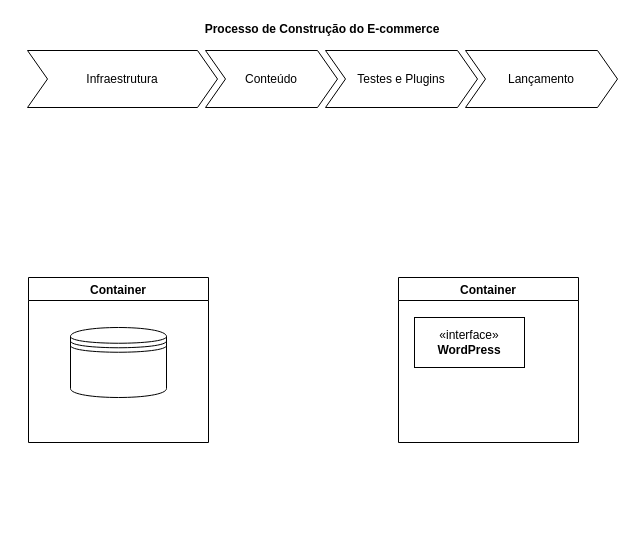
budkee/aurora_dash keeps this draw.io diagram as arquitetura_do_sistema.drawio. Above is the earlier version. Source tidied: cells renumbered, new cells numbered last; positions are measured from the earlier drawing's top-left corner, leaving out a move shared by most shapes. Both pictures are drawn from the tidied source at 100%, with x=0, y=0 at pixel (17, 17).
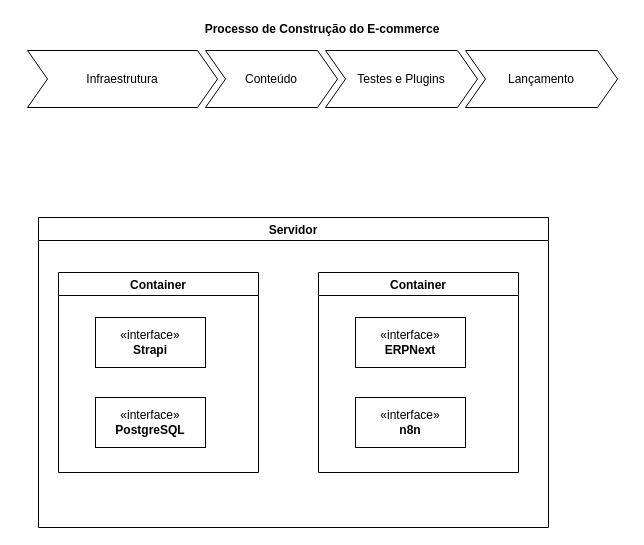
After the change.

What changed in the source:
```diff
@@
 <mxGraphModel>
   <root>
     <mxCell id="0" />
     <mxCell id="1" parent="0" />
-    <mxCell id="2" style="shape=datastore;whiteSpace=wrap;html=1;" parent="1" vertex="1">
-      <mxGeometry x="53" y="310" width="96" height="70" as="geometry" />
-    </mxCell>
     <mxCell id="3" value="Processo de Construção do E-commerce" style="swimlane;horizontal=1;fillColor=none;strokeColor=none;stackBorder=10;align=center;whiteSpace=wrap;html=1;" parent="1" vertex="1">
       <mxGeometry width="610" height="100" as="geometry" />
     </mxCell>
     <mxCell id="4" value="Infraestrutura" style="shape=step;perimeter=stepPerimeter;fixedSize=1;whiteSpace=wrap;html=1;" parent="3" vertex="1">
       <mxGeometry x="10" y="33" width="190" height="57" as="geometry" />
     </mxCell>
     <mxCell id="5" value="Conteúdo" style="shape=step;perimeter=stepPerimeter;fixedSize=1;whiteSpace=wrap;html=1;" parent="3" vertex="1">
       <mxGeometry x="188" y="33" width="132" height="57" as="geometry" />
     </mxCell>
     <mxCell id="6" value="Testes e Plugins" style="shape=step;perimeter=stepPerimeter;fixedSize=1;whiteSpace=wrap;html=1;" parent="3" vertex="1">
       <mxGeometry x="308" y="33" width="152" height="57" as="geometry" />
     </mxCell>
     <mxCell id="7" value="Lançamento" style="shape=step;perimeter=stepPerimeter;fixedSize=1;whiteSpace=wrap;html=1;" parent="3" vertex="1">
       <mxGeometry x="448" y="33" width="152" height="57" as="geometry" />
     </mxCell>
-    <mxCell id="8" value="Container" style="swimlane;" parent="1" vertex="1">
-      <mxGeometry x="11" y="260" width="180" height="165" as="geometry" />
+    <mxCell id="8" value="Servidor" style="swimlane;" parent="1" vertex="1">
+      <mxGeometry x="21" y="200" width="510" height="310" as="geometry" />
     </mxCell>
-    <mxCell id="9" value="Container" style="swimlane;" parent="1" vertex="1">
-      <mxGeometry x="381" y="260" width="180" height="165" as="geometry" />
-    </mxCell>
+    <mxCell id="11" value="Container" style="swimlane;" parent="8" vertex="1">
+      <mxGeometry x="20" y="55" width="200" height="200" as="geometry" />
+    </mxCell>
-    <mxCell id="10" value="«interface»&lt;br&gt;&lt;b&gt;WordPress&lt;/b&gt;" style="html=1;whiteSpace=wrap;" parent="9" vertex="1">
-      <mxGeometry x="16" y="40" width="110" height="50" as="geometry" />
+    <mxCell id="10" value="«interface»&lt;br&gt;&lt;b&gt;Strapi&lt;/b&gt;" style="html=1;whiteSpace=wrap;" parent="11" vertex="1">
+      <mxGeometry x="37" y="45" width="110" height="50" as="geometry" />
     </mxCell>
+    <mxCell id="12" value="«interface»&lt;br&gt;&lt;b&gt;PostgreSQL&lt;/b&gt;" style="html=1;whiteSpace=wrap;" parent="11" vertex="1">
+      <mxGeometry x="37" y="125" width="110" height="50" as="geometry" />
+    </mxCell>
+    <mxCell id="13" value="Container" style="swimlane;" parent="8" vertex="1">
+      <mxGeometry x="280" y="55" width="200" height="200" as="geometry" />
+    </mxCell>
+    <mxCell id="14" value="«interface»&lt;br&gt;&lt;b&gt;ERPNext&lt;/b&gt;" style="html=1;whiteSpace=wrap;" parent="13" vertex="1">
+      <mxGeometry x="37" y="45" width="110" height="50" as="geometry" />
+    </mxCell>
+    <mxCell id="15" value="«interface»&lt;br&gt;&lt;b&gt;n8n&lt;/b&gt;" style="html=1;whiteSpace=wrap;" parent="13" vertex="1">
+      <mxGeometry x="37" y="125" width="110" height="50" as="geometry" />
+    </mxCell>
   </root>
 </mxGraphModel>
```
